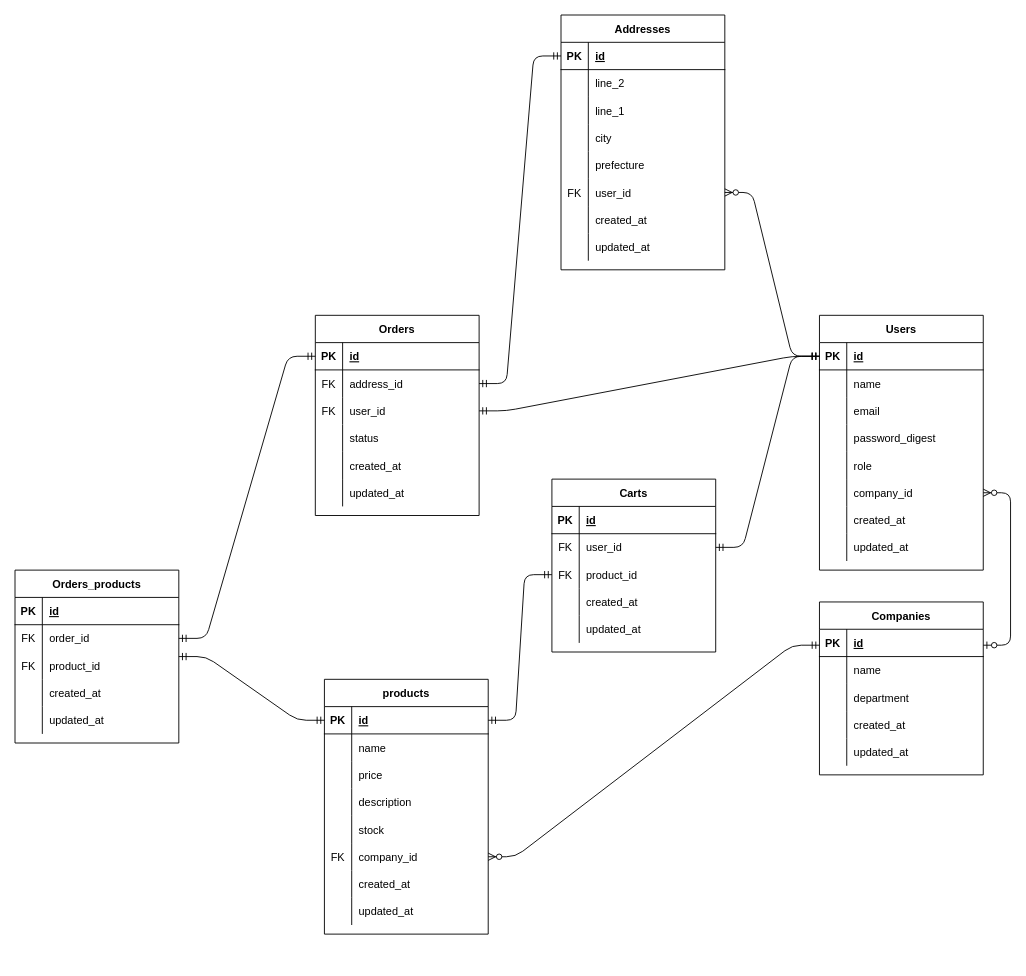
Above: ER3.drawio in ushimedia/catalog_task_3 (draw.io), before the change. Source tidied: cells renumbered, new cells numbered last; positions are measured from the earlier drawing's top-left corner, leaving out a move shared by most shapes. Both pictures are drawn from the tidied source at 91%, with x=0, y=0 at pixel (15, 15).
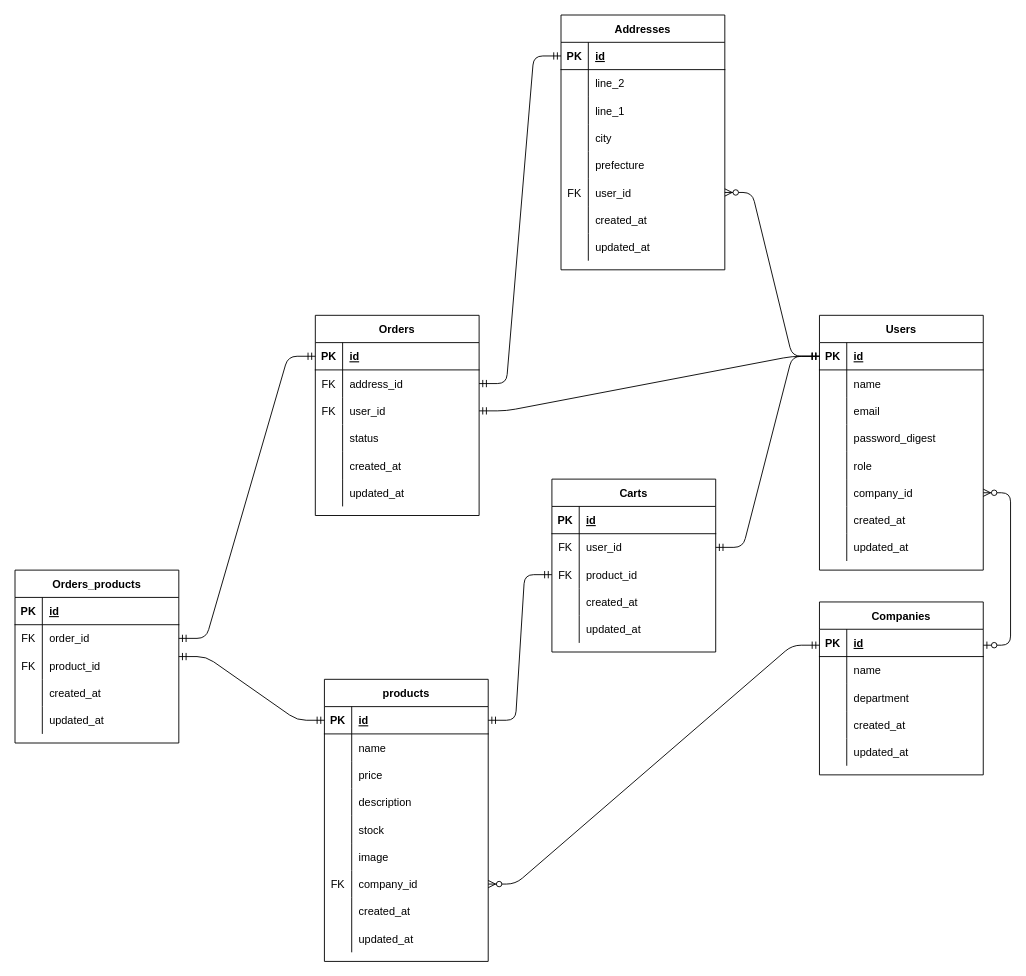
After the change.

What changed in the source:
```diff
@@
     <mxCell id="27" value="products" style="shape=table;startSize=30;childLayout=tableLayout;rowLines=0;fontStyle=1;align=center;" parent="1" vertex="1">
-      <mxGeometry x="340" y="730" width="180" height="280" as="geometry" />
+      <mxGeometry x="340" y="730" width="180" height="310" as="geometry" />
     </mxCell>
@@
+    <mxCell id="153" style="shape=partialRectangle;fillColor=none;top=0;left=0;bottom=0;right=0;" parent="27" vertex="1">
+      <mxGeometry y="180" width="180" height="30" as="geometry" />
+    </mxCell>
+    <mxCell id="154" style="shape=partialRectangle;fillColor=none;top=0;left=0;bottom=0;right=0;overflow=hidden;" parent="153" vertex="1">
+      <mxGeometry width="30" height="30" as="geometry" />
+    </mxCell>
+    <mxCell id="155" value="image" style="shape=partialRectangle;fillColor=none;top=0;left=0;bottom=0;right=0;align=left;spacingLeft=6;overflow=hidden;" parent="153" vertex="1">
+      <mxGeometry x="30" width="150" height="30" as="geometry" />
+    </mxCell>
     <mxCell id="43" style="shape=partialRectangle;fillColor=none;top=0;left=0;bottom=0;right=0;points=[[0,0.5],[1,0.5]];portConstraint=eastwest;" parent="27" vertex="1">
-      <mxGeometry y="180" width="180" height="30" as="geometry" />
+      <mxGeometry y="210" width="180" height="30" as="geometry" />
     </mxCell>
@@
     <mxCell id="46" style="shape=partialRectangle;fillColor=none;top=0;left=0;bottom=0;right=0;" parent="27" vertex="1">
-      <mxGeometry y="210" width="180" height="30" as="geometry" />
+      <mxGeometry y="240" width="180" height="30" as="geometry" />
     </mxCell>
@@
     <mxCell id="49" style="shape=partialRectangle;fillColor=none;top=0;left=0;bottom=0;right=0;" parent="27" vertex="1">
-      <mxGeometry y="240" width="180" height="30" as="geometry" />
+      <mxGeometry y="270" width="180" height="30" as="geometry" />
     </mxCell>
```
